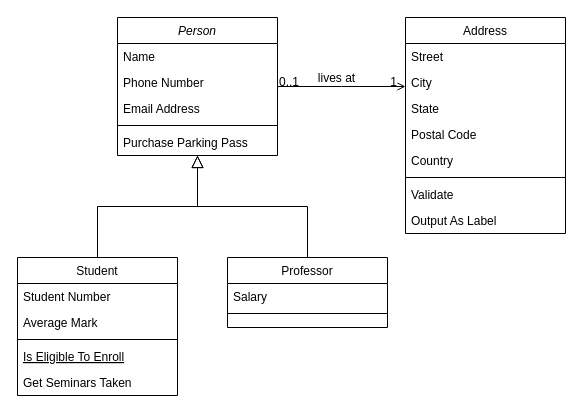
The draw.io diagram diagrams/CRC_Diagram.drawio in patriciaong977/AutoOdo, before the edit. Source tidied: cells renumbered, new cells numbered last; positions are measured from the earlier drawing's top-left corner, leaving out a move shared by most shapes. Both pictures are drawn from the tidied source at 100%, with x=0, y=0 at pixel (17, 17).
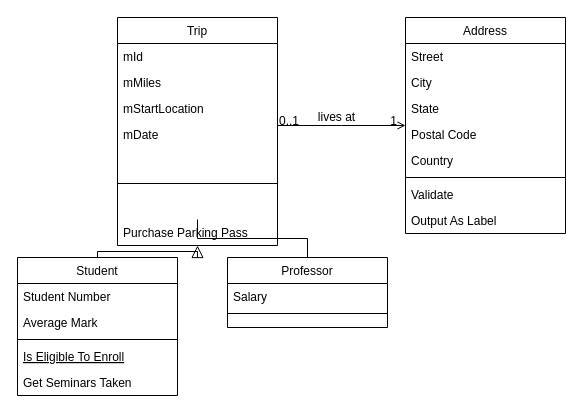
The same diagram, later.

Unchanged cells that the change refers to:
```xml
<mxCell id="15" value="Professor" style="swimlane;fontStyle=0;align=center;verticalAlign=top;horizontal=1;startSize=26;rounded=0;shadow=0;strokeWidth=1;" parent="1" vertex="1">
  <mxGeometry x="210" y="240" width="160" height="70" as="geometry" />
</mxCell>
```

Diff of the diagram source:
```diff
@@
-    <mxCell id="2" value="Person" style="swimlane;fontStyle=2;align=center;verticalAlign=top;horizontal=1;startSize=26;rounded=0;shadow=0;strokeWidth=1;" parent="1" vertex="1">
-      <mxGeometry x="100" width="160" height="138" as="geometry" />
+    <mxCell id="2" value="Trip" style="swimlane;fontStyle=0;align=center;verticalAlign=top;horizontal=1;startSize=26;rounded=0;shadow=0;strokeWidth=1;" parent="1" vertex="1">
+      <mxGeometry x="100" width="160" height="228" as="geometry" />
     </mxCell>
-    <mxCell id="3" value="Name" style="text;align=left;verticalAlign=top;spacingLeft=4;spacingRight=4;overflow=hidden;" parent="2" vertex="1">
+    <mxCell id="3" value="mId" style="text;align=left;verticalAlign=top;spacingLeft=4;spacingRight=4;overflow=hidden;" parent="2" vertex="1">
       <mxGeometry y="26" width="160" height="26" as="geometry" />
     </mxCell>
-    <mxCell id="4" value="Phone Number" style="text;align=left;verticalAlign=top;spacingLeft=4;spacingRight=4;overflow=hidden;rounded=0;shadow=0;html=0;" parent="2" vertex="1">
+    <mxCell id="4" value="mMiles" style="text;align=left;verticalAlign=top;spacingLeft=4;spacingRight=4;overflow=hidden;rounded=0;shadow=0;html=0;" parent="2" vertex="1">
       <mxGeometry y="52" width="160" height="26" as="geometry" />
     </mxCell>
-    <mxCell id="5" value="Email Address" style="text;align=left;verticalAlign=top;spacingLeft=4;spacingRight=4;overflow=hidden;rounded=0;shadow=0;html=0;" parent="2" vertex="1">
+    <mxCell id="5" value="mStartLocation" style="text;align=left;verticalAlign=top;spacingLeft=4;spacingRight=4;overflow=hidden;rounded=0;shadow=0;html=0;" parent="2" vertex="1">
       <mxGeometry y="78" width="160" height="26" as="geometry" />
     </mxCell>
+    <mxCell id="7" value="mDate" style="text;align=left;verticalAlign=top;spacingLeft=4;spacingRight=4;overflow=hidden;" parent="2" vertex="1">
+      <mxGeometry y="104" width="160" height="26" as="geometry" />
+    </mxCell>
     <mxCell id="6" style="line;html=1;strokeWidth=1;align=left;verticalAlign=middle;spacingTop=-1;spacingLeft=3;spacingRight=3;labelPosition=right;points=[];portConstraint=eastwest;" parent="2" vertex="1">
-      <mxGeometry y="104" width="160" height="8" as="geometry" />
+      <mxGeometry y="130" width="160" height="72" as="geometry" />
     </mxCell>
-    <mxCell id="7" value="Purchase Parking Pass" style="text;align=left;verticalAlign=top;spacingLeft=4;spacingRight=4;overflow=hidden;" parent="2" vertex="1">
-      <mxGeometry y="112" width="160" height="26" as="geometry" />
-    </mxCell>
+    <mxCell id="18" style="endArrow=block;endSize=10;endFill=0;shadow=0;strokeWidth=1;rounded=0;edgeStyle=elbowEdgeStyle;elbow=vertical;startArrow=none;" parent="2" edge="1">
+      <mxGeometry relative="1" as="geometry">
+        <mxPoint x="80" y="146" as="sourcePoint" />
+        <mxPoint x="80" y="146" as="targetPoint" />
+      </mxGeometry>
+    </mxCell>
+    <mxCell id="32" value="Purchase Parking Pass" style="text;align=left;verticalAlign=top;spacingLeft=4;spacingRight=4;overflow=hidden;" parent="2" vertex="1">
+      <mxGeometry y="202" width="160" height="26" as="geometry" />
+    </mxCell>
@@
-    <mxCell id="18" style="endArrow=block;endSize=10;endFill=0;shadow=0;strokeWidth=1;rounded=0;edgeStyle=elbowEdgeStyle;elbow=vertical;" parent="1" edge="1" source="15" target="2">
-      <mxGeometry relative="1" as="geometry" />
-    </mxCell>
@@
+    <mxCell id="33" style="endArrow=none;endSize=10;endFill=0;shadow=0;strokeWidth=1;rounded=0;edgeStyle=elbowEdgeStyle;elbow=vertical;" parent="1" edge="1" source="15" target="6">
+      <mxGeometry relative="1" as="geometry" />
+    </mxCell>
```
